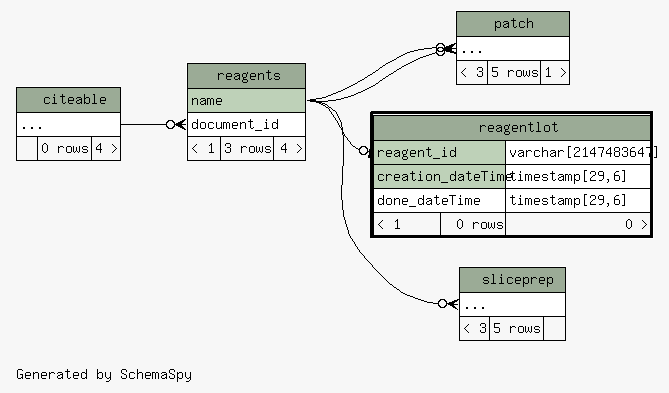
Above: database/ss/diagrams/reagentlot.2degrees.png in tgbugs/mlab (Graphviz), before the change. Its source is kept beside it as database/ss/diagrams/reagentlot.2degrees.dot. Its diagram source:
```dot
digraph "twoDegreesRelationshipsDiagram" {
  graph [
    rankdir="RL"
    bgcolor="#f7f7f7"
    label="\nGenerated by SchemaSpy"
    labeljust="l"
    nodesep="0.18"
    ranksep="0.46"
    fontname="Helvetica"
    fontsize="11"
  ];
  node [
    fontname="Helvetica"
    fontsize="11"
    shape="plaintext"
  ];
  edge [
    arrowsize="0.8"
  ];
  "patch":"elipses":w -> "reagents":"name":e [arrowhead=none dir=back arrowtail=crowodot];
  "patch":"elipses":w -> "reagents":"name":e [arrowhead=none dir=back arrowtail=crowodot];
  "reagentlot":"reagent_id":w -> "reagents":"name":e [arrowhead=none dir=back arrowtail=teeodot];
  "reagents":"document_id":w -> "citeable":"elipses":e [arrowhead=none dir=back arrowtail=crowodot];
  "sliceprep":"elipses":w -> "reagents":"name":e [arrowhead=none dir=back arrowtail=crowodot];
  "citeable" [
    label=<
    <TABLE BORDER="0" CELLBORDER="1" CELLSPACING="0" BGCOLOR="#ffffff">
      <TR><TD COLSPAN="3" BGCOLOR="#9bab96" ALIGN="CENTER">citeable</TD></TR>
      <TR><TD PORT="elipses" COLSPAN="3" ALIGN="LEFT">...</TD></TR>
      <TR><TD ALIGN="LEFT" BGCOLOR="#f7f7f7">  </TD><TD ALIGN="RIGHT" BGCOLOR="#f7f7f7">0 rows</TD><TD ALIGN="RIGHT" BGCOLOR="#f7f7f7">4 &gt;</TD></TR>
    </TABLE>>
    URL="citeable.html"
    tooltip="citeable"
  ];
  "patch" [
    label=<
    <TABLE BORDER="0" CELLBORDER="1" CELLSPACING="0" BGCOLOR="#ffffff">
      <TR><TD COLSPAN="3" BGCOLOR="#9bab96" ALIGN="CENTER">patch</TD></TR>
      <TR><TD PORT="elipses" COLSPAN="3" ALIGN="LEFT">...</TD></TR>
      <TR><TD ALIGN="LEFT" BGCOLOR="#f7f7f7">&lt; 3</TD><TD ALIGN="RIGHT" BGCOLOR="#f7f7f7">5 rows</TD><TD ALIGN="RIGHT" BGCOLOR="#f7f7f7">1 &gt;</TD></TR>
    </TABLE>>
    URL="patch.html"
    tooltip="patch"
  ];
  "reagentlot" [
    label=<
    <TABLE BORDER="2" CELLBORDER="1" CELLSPACING="0" BGCOLOR="#ffffff">
      <TR><TD COLSPAN="3" BGCOLOR="#9bab96" ALIGN="CENTER">reagentlot</TD></TR>
      <TR><TD PORT="reagent_id" COLSPAN="2" BGCOLOR="#bed1b8" ALIGN="LEFT">reagent_id</TD><TD PORT="reagent_id.type" ALIGN="LEFT">varchar[2147483647]</TD></TR>
      <TR><TD PORT="creation_dateTime" COLSPAN="2" BGCOLOR="#bed1b8" ALIGN="LEFT">creation_dateTime</TD><TD PORT="creation_dateTime.type" ALIGN="LEFT">timestamp[29,6]</TD></TR>
      <TR><TD PORT="done_dateTime" COLSPAN="2" ALIGN="LEFT">done_dateTime</TD><TD PORT="done_dateTime.type" ALIGN="LEFT">timestamp[29,6]</TD></TR>
      <TR><TD ALIGN="LEFT" BGCOLOR="#f7f7f7">&lt; 1</TD><TD ALIGN="RIGHT" BGCOLOR="#f7f7f7">0 rows</TD><TD ALIGN="RIGHT" BGCOLOR="#f7f7f7">0 &gt;</TD></TR>
    </TABLE>>
    URL="reagentlot.html"
    tooltip="reagentlot"
  ];
  "reagents" [
    label=<
    <TABLE BORDER="0" CELLBORDER="1" CELLSPACING="0" BGCOLOR="#ffffff">
      <TR><TD COLSPAN="3" BGCOLOR="#9bab96" ALIGN="CENTER">reagents</TD></TR>
      <TR><TD PORT="name" COLSPAN="3" BGCOLOR="#bed1b8" ALIGN="LEFT">name</TD></TR>
      <TR><TD PORT="document_id" COLSPAN="3" ALIGN="LEFT">document_id</TD></TR>
      <TR><TD ALIGN="LEFT" BGCOLOR="#f7f7f7">&lt; 1</TD><TD ALIGN="RIGHT" BGCOLOR="#f7f7f7">3 rows</TD><TD ALIGN="RIGHT" BGCOLOR="#f7f7f7">4 &gt;</TD></TR>
    </TABLE>>
    URL="reagents.html"
    tooltip="reagents"
  ];
  "sliceprep" [
    label=<
    <TABLE BORDER="0" CELLBORDER="1" CELLSPACING="0" BGCOLOR="#ffffff">
      <TR><TD COLSPAN="3" BGCOLOR="#9bab96" ALIGN="CENTER">sliceprep</TD></TR>
      <TR><TD PORT="elipses" COLSPAN="3" ALIGN="LEFT">...</TD></TR>
      <TR><TD ALIGN="LEFT" BGCOLOR="#f7f7f7">&lt; 3</TD><TD ALIGN="RIGHT" BGCOLOR="#f7f7f7">5 rows</TD><TD ALIGN="RIGHT" BGCOLOR="#f7f7f7">  </TD></TR>
    </TABLE>>
    URL="sliceprep.html"
    tooltip="sliceprep"
  ];
}
```
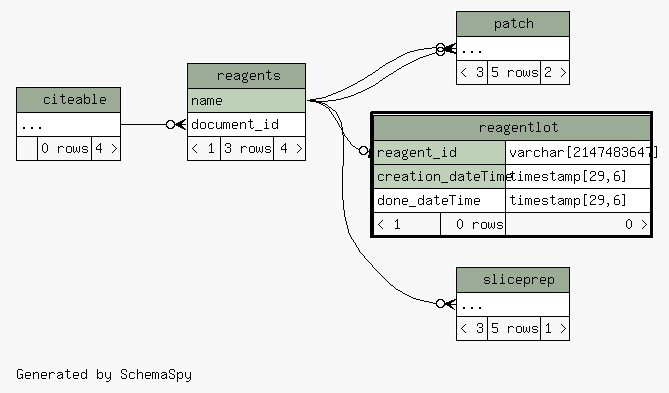
Later version of the same file.

What changed in the source:
```diff
@@ -37,7 +37,7 @@
     <TABLE BORDER="0" CELLBORDER="1" CELLSPACING="0" BGCOLOR="#ffffff">
       <TR><TD COLSPAN="3" BGCOLOR="#9bab96" ALIGN="CENTER">patch</TD></TR>
       <TR><TD PORT="elipses" COLSPAN="3" ALIGN="LEFT">...</TD></TR>
-      <TR><TD ALIGN="LEFT" BGCOLOR="#f7f7f7">&lt; 3</TD><TD ALIGN="RIGHT" BGCOLOR="#f7f7f7">5 rows</TD><TD ALIGN="RIGHT" BGCOLOR="#f7f7f7">1 &gt;</TD></TR>
+      <TR><TD ALIGN="LEFT" BGCOLOR="#f7f7f7">&lt; 3</TD><TD ALIGN="RIGHT" BGCOLOR="#f7f7f7">5 rows</TD><TD ALIGN="RIGHT" BGCOLOR="#f7f7f7">2 &gt;</TD></TR>
     </TABLE>>
     URL="patch.html"
     tooltip="patch"
@@ -70,7 +70,7 @@
     <TABLE BORDER="0" CELLBORDER="1" CELLSPACING="0" BGCOLOR="#ffffff">
       <TR><TD COLSPAN="3" BGCOLOR="#9bab96" ALIGN="CENTER">sliceprep</TD></TR>
       <TR><TD PORT="elipses" COLSPAN="3" ALIGN="LEFT">...</TD></TR>
-      <TR><TD ALIGN="LEFT" BGCOLOR="#f7f7f7">&lt; 3</TD><TD ALIGN="RIGHT" BGCOLOR="#f7f7f7">5 rows</TD><TD ALIGN="RIGHT" BGCOLOR="#f7f7f7">  </TD></TR>
+      <TR><TD ALIGN="LEFT" BGCOLOR="#f7f7f7">&lt; 3</TD><TD ALIGN="RIGHT" BGCOLOR="#f7f7f7">5 rows</TD><TD ALIGN="RIGHT" BGCOLOR="#f7f7f7">1 &gt;</TD></TR>
     </TABLE>>
     URL="sliceprep.html"
     tooltip="sliceprep"
```
